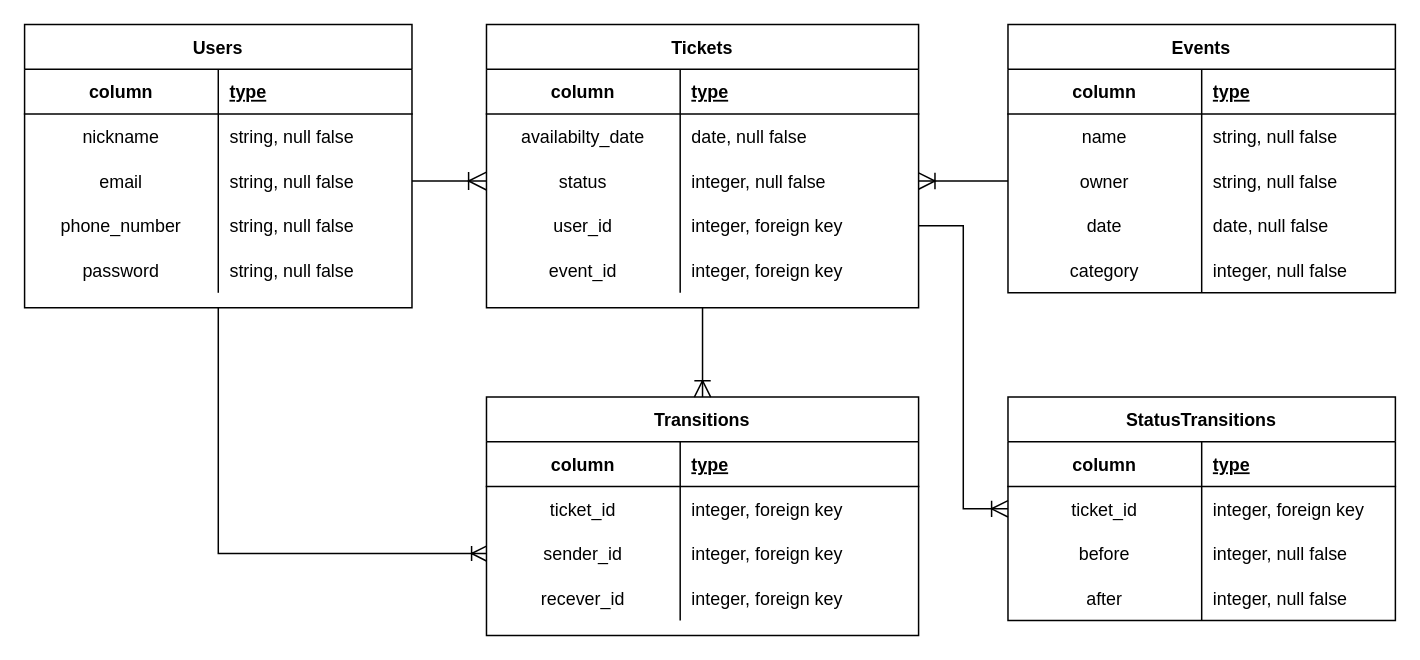
Above: ticket_transfer_app.dio in yuyakawai0411/auth-ticket-transfer (draw.io), before the change. Source tidied: cells renumbered, new cells numbered last; positions are measured from the earlier drawing's top-left corner, leaving out a move shared by most shapes. Both pictures are drawn from the tidied source at 149%, with x=0, y=0 at pixel (24, 24).
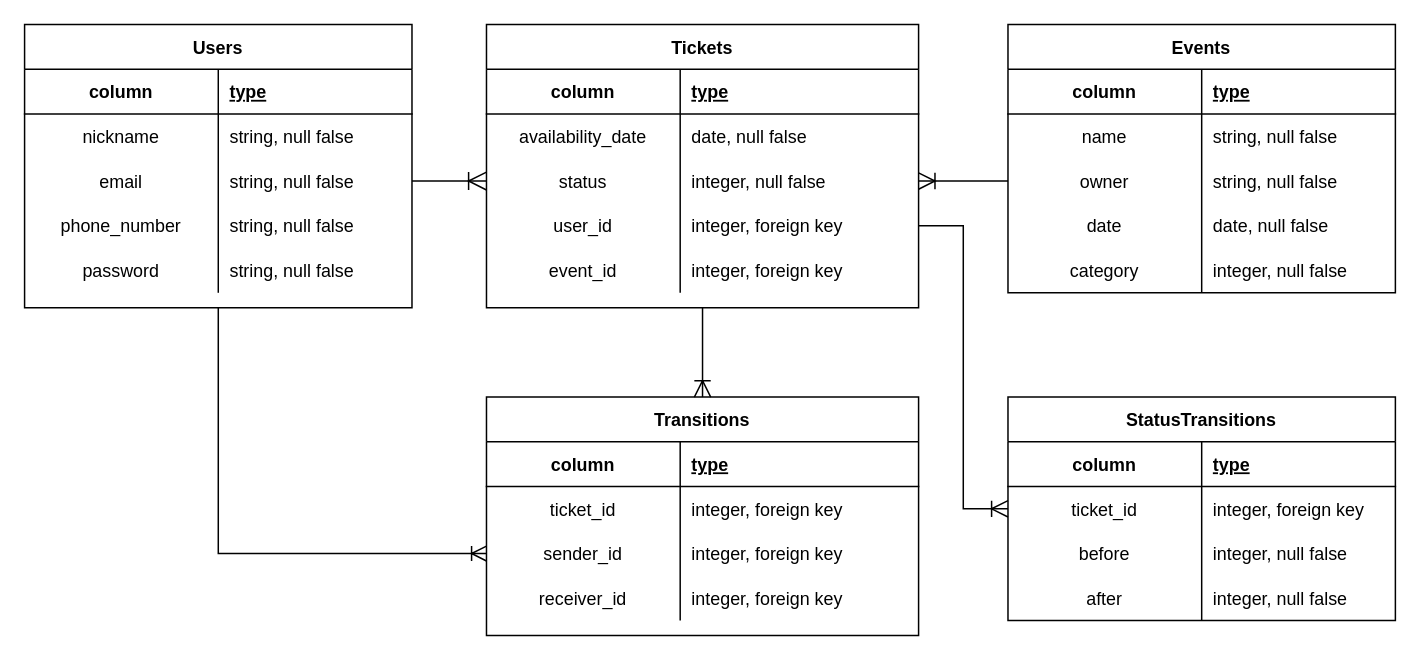
After the change.

Unchanged cells that the change refers to:
```xml
<mxCell id="30" style="shape=partialRectangle;fillColor=none;top=0;left=0;bottom=0;right=0;" parent="20" vertex="1">
  <mxGeometry y="120" width="290" height="30" as="geometry" />
</mxCell>
<mxCell id="69" style="shape=partialRectangle;fillColor=none;top=0;left=0;bottom=0;right=0;" parent="65" vertex="1">
  <mxGeometry y="60" width="290" height="30" as="geometry" />
</mxCell>
```

What changed in the source:
```diff
@@
-    <mxCell id="31" value="recever_id" style="shape=partialRectangle;fillColor=none;top=0;left=0;bottom=0;right=0;overflow=hidden;" parent="30" vertex="1">
+    <mxCell id="31" value="receiver_id" style="shape=partialRectangle;fillColor=none;top=0;left=0;bottom=0;right=0;overflow=hidden;" parent="30" vertex="1">
       <mxGeometry width="130" height="30" as="geometry" />
     </mxCell>
@@
-    <mxCell id="70" value="availabilty_date" style="shape=partialRectangle;fillColor=none;top=0;left=0;bottom=0;right=0;overflow=hidden;" parent="69" vertex="1">
+    <mxCell id="70" value="availability_date" style="shape=partialRectangle;fillColor=none;top=0;left=0;bottom=0;right=0;overflow=hidden;" parent="69" vertex="1">
       <mxGeometry width="130" height="30" as="geometry" />
     </mxCell>
```
